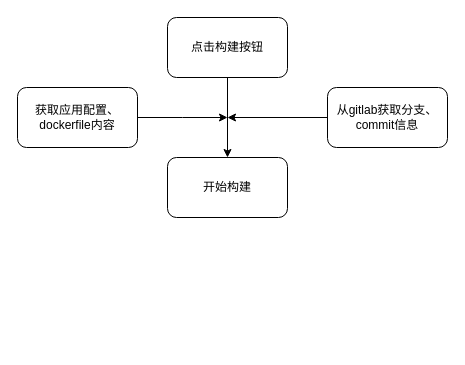
Earlier version of the draw.io diagram build.drawio (wupei-w/diagrams). Source tidied: cells renumbered, new cells numbered last; positions are measured from the earlier drawing's top-left corner, leaving out a move shared by most shapes. Both pictures are drawn from the tidied source at 100%, with x=0, y=0 at pixel (17, 17).
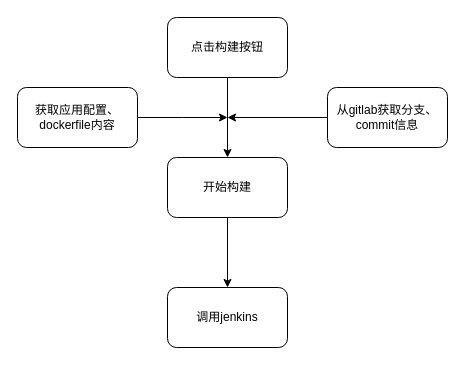
The same diagram, later.

What changed in the source:
```diff
@@
 <mxGraphModel>
   <root>
     <mxCell id="0" />
     <mxCell id="1" parent="0" />
     <mxCell id="2" style="edgeStyle=orthogonalEdgeStyle;rounded=0;jettySize=auto;html=1;" parent="1" edge="1" source="3" target="4">
       <mxGeometry relative="1" as="geometry" />
     </mxCell>
     <mxCell id="3" value="点击构建按钮" style="rounded=1;whiteSpace=wrap;html=1;" parent="1" vertex="1">
       <mxGeometry x="150" width="120" height="60" as="geometry" />
     </mxCell>
+    <mxCell id="9" style="edgeStyle=orthogonalEdgeStyle;rounded=0;jettySize=auto;html=1;" parent="1" edge="1" source="4" target="10">
+      <mxGeometry relative="1" as="geometry" />
+    </mxCell>
     <mxCell id="4" value="开始构建" style="rounded=1;whiteSpace=wrap;html=1;" parent="1" vertex="1">
       <mxGeometry x="150" y="140" width="120" height="60" as="geometry" />
     </mxCell>
     <mxCell id="5" style="edgeStyle=orthogonalEdgeStyle;rounded=0;jettySize=auto;html=1;" parent="1" edge="1" source="6">
       <mxGeometry relative="1" as="geometry">
         <mxPoint x="210" y="100" as="targetPoint" />
       </mxGeometry>
     </mxCell>
     <mxCell id="6" value="从gitlab获取分支、commit信息" style="rounded=1;whiteSpace=wrap;html=1;" parent="1" vertex="1">
       <mxGeometry x="310" y="70" width="120" height="60" as="geometry" />
     </mxCell>
     <mxCell id="7" style="edgeStyle=orthogonalEdgeStyle;rounded=0;jettySize=auto;html=1;" parent="1" edge="1" source="8">
       <mxGeometry relative="1" as="geometry">
         <mxPoint x="210" y="100" as="targetPoint" />
       </mxGeometry>
     </mxCell>
     <mxCell id="8" value="获取应用配置、dockerfile内容" style="rounded=1;whiteSpace=wrap;html=1;" parent="1" vertex="1">
       <mxGeometry y="70" width="120" height="60" as="geometry" />
     </mxCell>
+    <mxCell id="10" value="调用jenkins" style="rounded=1;whiteSpace=wrap;html=1;" parent="1" vertex="1">
+      <mxGeometry x="150" y="270" width="120" height="60" as="geometry" />
+    </mxCell>
   </root>
 </mxGraphModel>
```
